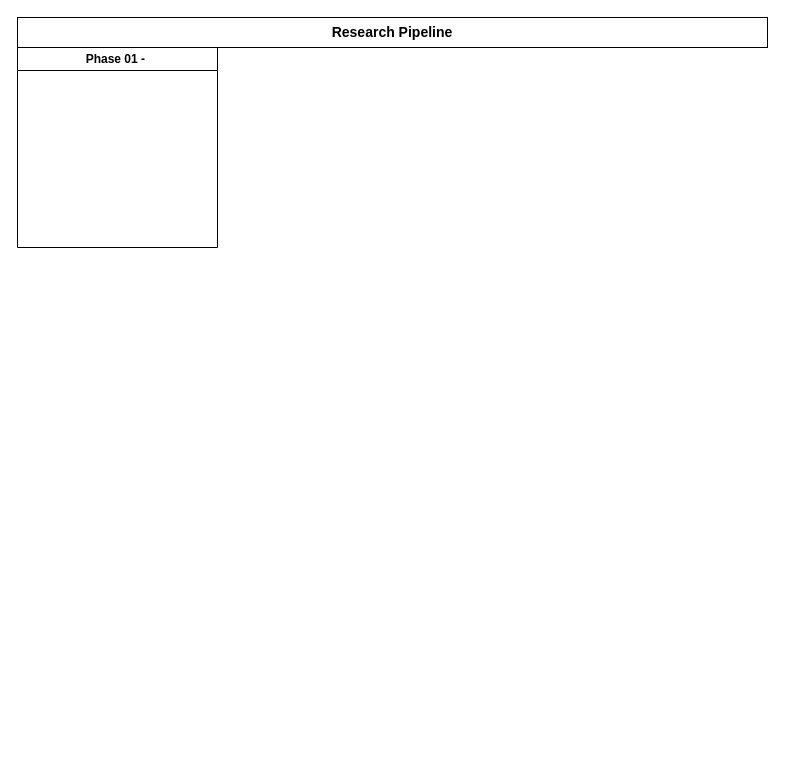
Earlier version of the draw.io diagram doc/milestone_03/reserach_pipeline_milestone_03.drawio (miguelabela03/RD2_SWD63A_MiguelAbela). Source tidied: cells renumbered, new cells numbered last; positions are measured from the earlier drawing's top-left corner, leaving out a move shared by most shapes. Both pictures are drawn from the tidied source at 100%, with x=0, y=0 at pixel (17, 17).
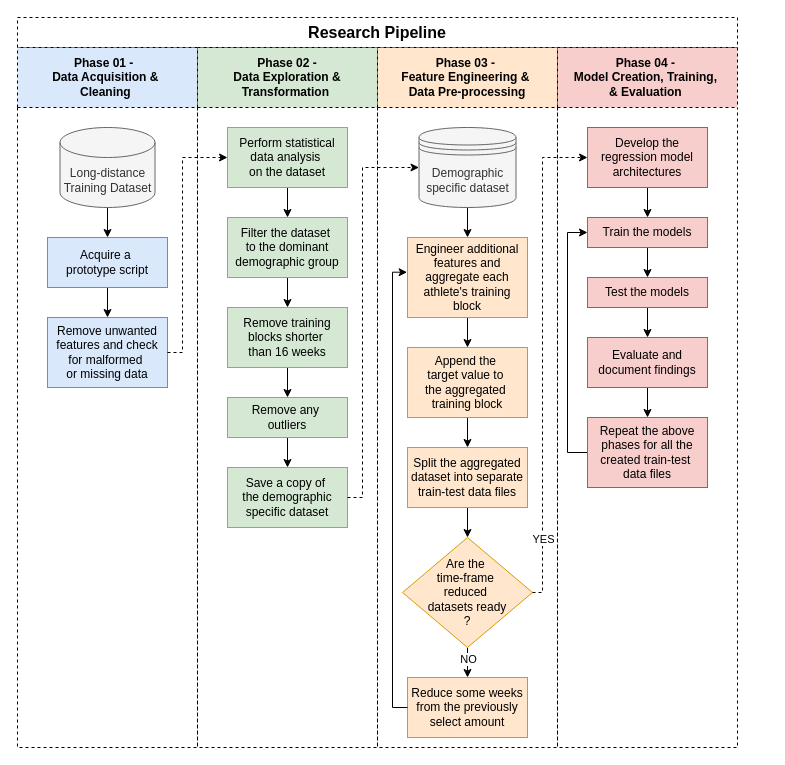
Above is the later version.

Commit message (it also covers changes not shown here):
Started working on the research pipeline

What changed in the source:
```diff
@@
-    <mxCell id="2" value="Phase 01 -&amp;nbsp;" style="swimlane;whiteSpace=wrap;html=1;" parent="1" vertex="1">
-      <mxGeometry y="30" width="200" height="200" as="geometry" />
+    <mxCell id="2" value="Phase 01 -&amp;nbsp;&amp;nbsp;&lt;div&gt;Data Acquisition &amp;amp;&amp;nbsp;&lt;/div&gt;&lt;div&gt;Cleaning&amp;nbsp;&lt;/div&gt;" style="swimlane;whiteSpace=wrap;html=1;startSize=60;fillColor=#dae8fc;strokeColor=#000000;dashed=1;" parent="1" vertex="1">
+      <mxGeometry y="30" width="180" height="700" as="geometry" />
     </mxCell>
+    <mxCell id="4" style="edgeStyle=orthogonalEdgeStyle;rounded=0;jettySize=auto;html=1;exitX=0.5;exitY=1;exitDx=0;exitDy=0;exitPerimeter=0;entryX=0.5;entryY=0;entryDx=0;entryDy=0;" parent="2" edge="1" source="5" target="7">
+      <mxGeometry relative="1" as="geometry" />
+    </mxCell>
+    <mxCell id="5" value="Long-distance Training Dataset" style="shape=cylinder3;whiteSpace=wrap;html=1;boundedLbl=1;backgroundOutline=1;size=15;fillColor=#f5f5f5;fontColor=#333333;strokeColor=#666666;" parent="2" vertex="1">
+      <mxGeometry x="42.5" y="80" width="95" height="80" as="geometry" />
+    </mxCell>
+    <mxCell id="6" style="edgeStyle=orthogonalEdgeStyle;rounded=0;jettySize=auto;html=1;" parent="2" edge="1" source="7" target="8">
+      <mxGeometry relative="1" as="geometry" />
+    </mxCell>
+    <mxCell id="7" value="Acquire a&amp;nbsp;&lt;div&gt;prototype script&lt;/div&gt;" style="rounded=0;whiteSpace=wrap;html=1;fillColor=#dae8fc;strokeColor=#6c8ebf;" parent="2" vertex="1">
+      <mxGeometry x="30" y="190" width="120" height="50" as="geometry" />
+    </mxCell>
+    <mxCell id="8" value="Remove unwanted features and check for malformed&amp;nbsp;&lt;div&gt;or missing data&lt;/div&gt;" style="rounded=0;whiteSpace=wrap;html=1;fillColor=#dae8fc;strokeColor=#6c8ebf;" parent="2" vertex="1">
+      <mxGeometry x="30" y="270" width="120" height="70" as="geometry" />
+    </mxCell>
-    <mxCell id="3" value="&lt;b&gt;&lt;font style=&quot;font-size: 14px;&quot;&gt;Research Pipeline&lt;/font&gt;&lt;/b&gt;" style="rounded=0;whiteSpace=wrap;html=1;" parent="1" vertex="1">
-      <mxGeometry width="750" height="30" as="geometry" />
+    <mxCell id="3" value="&lt;b&gt;&lt;font style=&quot;font-size: 16px;&quot;&gt;Research Pipeline&lt;/font&gt;&lt;/b&gt;" style="rounded=0;whiteSpace=wrap;html=1;dashed=1;" parent="1" vertex="1">
+      <mxGeometry width="720" height="30" as="geometry" />
     </mxCell>
+    <mxCell id="9" value="Phase 02 -&lt;div&gt;Data Exploration &amp;amp; Transformation&amp;nbsp;&lt;/div&gt;" style="swimlane;whiteSpace=wrap;html=1;startSize=60;fillColor=#d5e8d4;strokeColor=#000000;dashed=1;" parent="1" vertex="1">
+      <mxGeometry x="180" y="30" width="180" height="700" as="geometry" />
+    </mxCell>
+    <mxCell id="10" style="edgeStyle=orthogonalEdgeStyle;rounded=0;jettySize=auto;html=1;exitX=0.5;exitY=1;exitDx=0;exitDy=0;entryX=0.5;entryY=0;entryDx=0;entryDy=0;" parent="9" edge="1" source="11" target="13">
+      <mxGeometry relative="1" as="geometry" />
+    </mxCell>
+    <mxCell id="11" value="Perform statistical data analysis&amp;nbsp;&lt;div&gt;on the dataset&lt;/div&gt;" style="rounded=0;whiteSpace=wrap;html=1;fillColor=#d5e8d4;strokeColor=#82b366;" parent="9" vertex="1">
+      <mxGeometry x="30" y="80" width="120" height="60" as="geometry" />
+    </mxCell>
+    <mxCell id="12" style="edgeStyle=orthogonalEdgeStyle;rounded=0;jettySize=auto;html=1;exitX=0.5;exitY=1;exitDx=0;exitDy=0;entryX=0.5;entryY=0;entryDx=0;entryDy=0;" parent="9" edge="1" source="13" target="15">
+      <mxGeometry relative="1" as="geometry" />
+    </mxCell>
+    <mxCell id="13" value="Filter the dataset&amp;nbsp;&lt;div&gt;to the dominant demographic group&lt;/div&gt;" style="rounded=0;whiteSpace=wrap;html=1;fillColor=#d5e8d4;strokeColor=#82b366;" parent="9" vertex="1">
+      <mxGeometry x="30" y="170" width="120" height="60" as="geometry" />
+    </mxCell>
+    <mxCell id="14" style="edgeStyle=orthogonalEdgeStyle;rounded=0;jettySize=auto;html=1;exitX=0.5;exitY=1;exitDx=0;exitDy=0;entryX=0.5;entryY=0;entryDx=0;entryDy=0;" parent="9" edge="1" source="15" target="17">
+      <mxGeometry relative="1" as="geometry" />
+    </mxCell>
+    <mxCell id="15" value="Remove training blocks shorter&amp;nbsp;&lt;div&gt;than 16 weeks&lt;/div&gt;" style="rounded=0;whiteSpace=wrap;html=1;fillColor=#d5e8d4;strokeColor=#82b366;" parent="9" vertex="1">
+      <mxGeometry x="30" y="260" width="120" height="60" as="geometry" />
+    </mxCell>
+    <mxCell id="16" style="edgeStyle=orthogonalEdgeStyle;rounded=0;jettySize=auto;html=1;exitX=0.5;exitY=1;exitDx=0;exitDy=0;entryX=0.5;entryY=0;entryDx=0;entryDy=0;" parent="9" edge="1" source="17" target="18">
+      <mxGeometry relative="1" as="geometry" />
+    </mxCell>
+    <mxCell id="17" value="Remove any&amp;nbsp;&lt;div&gt;outliers&lt;/div&gt;" style="rounded=0;whiteSpace=wrap;html=1;fillColor=#d5e8d4;strokeColor=#82b366;" parent="9" vertex="1">
+      <mxGeometry x="30" y="350" width="120" height="40" as="geometry" />
+    </mxCell>
+    <mxCell id="18" value="Save a copy of&amp;nbsp;&lt;div&gt;the demographic specific dataset&lt;/div&gt;" style="rounded=0;whiteSpace=wrap;html=1;fillColor=#d5e8d4;strokeColor=#82b366;" parent="9" vertex="1">
+      <mxGeometry x="30" y="420" width="120" height="60" as="geometry" />
+    </mxCell>
+    <mxCell id="19" value="Phase 03 -&amp;nbsp;&lt;div&gt;Feature Engineering &amp;amp;&amp;nbsp;&lt;/div&gt;&lt;div&gt;Data Pre-processing&lt;/div&gt;" style="swimlane;whiteSpace=wrap;html=1;startSize=60;fillColor=#ffe6cc;strokeColor=#000000;dashed=1;" parent="1" vertex="1">
+      <mxGeometry x="360" y="30" width="180" height="700" as="geometry" />
+    </mxCell>
+    <mxCell id="20" style="edgeStyle=orthogonalEdgeStyle;rounded=0;jettySize=auto;html=1;" parent="19" edge="1" source="21" target="31">
+      <mxGeometry relative="1" as="geometry" />
+    </mxCell>
+    <mxCell id="21" value="Engineer&amp;nbsp;&lt;span style=&quot;background-color: transparent; color: light-dark(rgb(0, 0, 0), rgb(255, 255, 255));&quot;&gt;additional features and aggregate&amp;nbsp;&lt;/span&gt;&lt;span style=&quot;background-color: transparent; color: light-dark(rgb(0, 0, 0), rgb(255, 255, 255));&quot;&gt;each athlete's&amp;nbsp;&lt;/span&gt;&lt;span style=&quot;background-color: transparent; color: light-dark(rgb(0, 0, 0), rgb(255, 255, 255));&quot;&gt;training block&lt;/span&gt;" style="rounded=0;whiteSpace=wrap;html=1;fillColor=#ffe6cc;strokeColor=#d79b00;" parent="19" vertex="1">
+      <mxGeometry x="30" y="190" width="120" height="80" as="geometry" />
+    </mxCell>
+    <mxCell id="22" style="edgeStyle=orthogonalEdgeStyle;rounded=0;jettySize=auto;html=1;" parent="19" edge="1" source="23" target="28">
+      <mxGeometry relative="1" as="geometry" />
+    </mxCell>
+    <mxCell id="23" value="Split the aggregated dataset into separate train-test data files" style="rounded=0;whiteSpace=wrap;html=1;fillColor=#ffe6cc;strokeColor=#d79b00;" parent="19" vertex="1">
+      <mxGeometry x="30" y="400" width="120" height="60" as="geometry" />
+    </mxCell>
+    <mxCell id="24" style="edgeStyle=orthogonalEdgeStyle;rounded=0;jettySize=auto;html=1;" parent="19" edge="1" source="25" target="21">
+      <mxGeometry relative="1" as="geometry" />
+    </mxCell>
+    <mxCell id="25" value="Demographic specific dataset" style="shape=datastore;whiteSpace=wrap;html=1;fillColor=#f5f5f5;fontColor=#333333;strokeColor=#666666;" parent="19" vertex="1">
+      <mxGeometry x="41.5" y="80" width="97" height="80" as="geometry" />
+    </mxCell>
+    <mxCell id="26" style="edgeStyle=orthogonalEdgeStyle;rounded=0;jettySize=auto;html=1;" parent="19" edge="1" source="28" target="29">
+      <mxGeometry relative="1" as="geometry" />
+    </mxCell>
+    <mxCell id="27" value="NO" style="edgeLabel;html=1;align=center;verticalAlign=middle;" parent="26" vertex="1">
+      <mxGeometry x="-0.55" relative="1" as="geometry" />
+    </mxCell>
+    <mxCell id="28" value="Are the&amp;nbsp;&lt;div&gt;time-frame&amp;nbsp;&lt;/div&gt;&lt;div&gt;reduced&amp;nbsp;&lt;/div&gt;&lt;div&gt;datasets ready&lt;div&gt;?&lt;/div&gt;&lt;/div&gt;" style="rhombus;whiteSpace=wrap;html=1;fillColor=#ffe6cc;strokeColor=#d79b00;" parent="19" vertex="1">
+      <mxGeometry x="25" y="490" width="130" height="110" as="geometry" />
+    </mxCell>
+    <mxCell id="29" value="Reduce some weeks from the previously select amount" style="rounded=0;whiteSpace=wrap;html=1;fillColor=#ffe6cc;strokeColor=#d79b00;" parent="19" vertex="1">
+      <mxGeometry x="30" y="630" width="120" height="60" as="geometry" />
+    </mxCell>
+    <mxCell id="30" style="edgeStyle=orthogonalEdgeStyle;rounded=0;jettySize=auto;html=1;" parent="19" edge="1" source="31" target="23">
+      <mxGeometry relative="1" as="geometry" />
+    </mxCell>
+    <mxCell id="31" value="Append the&amp;nbsp;&lt;div&gt;target value to&amp;nbsp;&lt;div&gt;the aggregated&amp;nbsp;&lt;div&gt;training block&lt;/div&gt;&lt;/div&gt;&lt;/div&gt;" style="rounded=0;whiteSpace=wrap;html=1;fillColor=#ffe6cc;strokeColor=#d79b00;" parent="19" vertex="1">
+      <mxGeometry x="30" y="300" width="120" height="70" as="geometry" />
+    </mxCell>
+    <mxCell id="32" style="edgeStyle=orthogonalEdgeStyle;rounded=0;jettySize=auto;html=1;entryX=-0.003;entryY=0.434;entryDx=0;entryDy=0;entryPerimeter=0;" parent="19" edge="1" source="29" target="21">
+      <mxGeometry relative="1" as="geometry">
+        <Array as="points">
+          <mxPoint x="15" y="660" />
+          <mxPoint x="15" y="225" />
+        </Array>
+      </mxGeometry>
+    </mxCell>
+    <mxCell id="33" value="Phase 04 -&amp;nbsp;&lt;div&gt;Model Creation, Training,&amp;nbsp;&lt;/div&gt;&lt;div&gt;&amp;amp; Evaluation&amp;nbsp;&lt;/div&gt;" style="swimlane;whiteSpace=wrap;html=1;startSize=60;fillColor=#f8cecc;strokeColor=#000000;dashed=1;" parent="1" vertex="1">
+      <mxGeometry x="540" y="30" width="180" height="700" as="geometry" />
+    </mxCell>
+    <mxCell id="34" style="edgeStyle=orthogonalEdgeStyle;rounded=0;jettySize=auto;html=1;exitX=0.5;exitY=1;exitDx=0;exitDy=0;entryX=0.5;entryY=0;entryDx=0;entryDy=0;" parent="33" edge="1" source="35" target="37">
+      <mxGeometry relative="1" as="geometry" />
+    </mxCell>
+    <mxCell id="35" value="Develop the regression model architectures" style="rounded=0;whiteSpace=wrap;html=1;fillColor=#f8cecc;strokeColor=#b85450;" parent="33" vertex="1">
+      <mxGeometry x="30" y="80" width="120" height="60" as="geometry" />
+    </mxCell>
+    <mxCell id="36" style="edgeStyle=orthogonalEdgeStyle;rounded=0;jettySize=auto;html=1;exitX=0.5;exitY=1;exitDx=0;exitDy=0;" parent="33" edge="1" source="37" target="39">
+      <mxGeometry relative="1" as="geometry" />
+    </mxCell>
+    <mxCell id="37" value="Train the models" style="rounded=0;whiteSpace=wrap;html=1;fillColor=#f8cecc;strokeColor=#b85450;" parent="33" vertex="1">
+      <mxGeometry x="30" y="170" width="120" height="30" as="geometry" />
+    </mxCell>
+    <mxCell id="38" style="edgeStyle=orthogonalEdgeStyle;rounded=0;jettySize=auto;html=1;exitX=0.5;exitY=1;exitDx=0;exitDy=0;entryX=0.5;entryY=0;entryDx=0;entryDy=0;" parent="33" edge="1" source="39" target="41">
+      <mxGeometry relative="1" as="geometry" />
+    </mxCell>
+    <mxCell id="39" value="Test the models" style="rounded=0;whiteSpace=wrap;html=1;fillColor=#f8cecc;strokeColor=#b85450;" parent="33" vertex="1">
+      <mxGeometry x="30" y="230" width="120" height="30" as="geometry" />
+    </mxCell>
+    <mxCell id="40" style="edgeStyle=orthogonalEdgeStyle;rounded=0;jettySize=auto;html=1;exitX=0.5;exitY=1;exitDx=0;exitDy=0;entryX=0.5;entryY=0;entryDx=0;entryDy=0;" parent="33" edge="1" source="41" target="43">
+      <mxGeometry relative="1" as="geometry" />
+    </mxCell>
+    <mxCell id="41" value="Evaluate and document findings" style="rounded=0;whiteSpace=wrap;html=1;fillColor=#f8cecc;strokeColor=#b85450;" parent="33" vertex="1">
+      <mxGeometry x="30" y="290" width="120" height="50" as="geometry" />
+    </mxCell>
+    <mxCell id="42" style="edgeStyle=orthogonalEdgeStyle;rounded=0;jettySize=auto;html=1;entryX=0;entryY=0.5;entryDx=0;entryDy=0;" parent="33" edge="1" source="43" target="37">
+      <mxGeometry relative="1" as="geometry">
+        <Array as="points">
+          <mxPoint x="10" y="405" />
+          <mxPoint x="10" y="185" />
+        </Array>
+      </mxGeometry>
+    </mxCell>
+    <mxCell id="43" value="Repeat the above phases for all the created train-test&amp;nbsp;&lt;div&gt;data files&lt;/div&gt;" style="rounded=0;whiteSpace=wrap;html=1;fillColor=#f8cecc;strokeColor=#b85450;" parent="33" vertex="1">
+      <mxGeometry x="30" y="370" width="120" height="70" as="geometry" />
+    </mxCell>
+    <mxCell id="44" style="edgeStyle=orthogonalEdgeStyle;rounded=0;jettySize=auto;html=1;exitX=1;exitY=0.5;exitDx=0;exitDy=0;entryX=0;entryY=0.5;entryDx=0;entryDy=0;dashed=1;" parent="1" edge="1" source="8" target="11">
+      <mxGeometry relative="1" as="geometry">
+        <Array as="points">
+          <mxPoint x="165" y="335" />
+          <mxPoint x="165" y="140" />
+        </Array>
+      </mxGeometry>
+    </mxCell>
+    <mxCell id="45" style="edgeStyle=orthogonalEdgeStyle;rounded=0;jettySize=auto;html=1;exitX=1;exitY=0.5;exitDx=0;exitDy=0;entryX=0;entryY=0.5;entryDx=0;entryDy=0;dashed=1;" parent="1" edge="1" source="18" target="25">
+      <mxGeometry relative="1" as="geometry">
+        <Array as="points">
+          <mxPoint x="345" y="480" />
+          <mxPoint x="345" y="150" />
+        </Array>
+      </mxGeometry>
+    </mxCell>
+    <mxCell id="46" style="edgeStyle=orthogonalEdgeStyle;rounded=0;jettySize=auto;html=1;exitX=1;exitY=0.5;exitDx=0;exitDy=0;entryX=0;entryY=0.5;entryDx=0;entryDy=0;dashed=1;" parent="1" edge="1" source="28" target="35">
+      <mxGeometry relative="1" as="geometry">
+        <Array as="points">
+          <mxPoint x="525" y="575" />
+          <mxPoint x="525" y="140" />
+        </Array>
+      </mxGeometry>
+    </mxCell>
+    <mxCell id="47" value="YES" style="edgeLabel;html=1;align=center;verticalAlign=middle;" parent="46" vertex="1">
+      <mxGeometry x="-0.74" relative="1" as="geometry" />
+    </mxCell>
```
